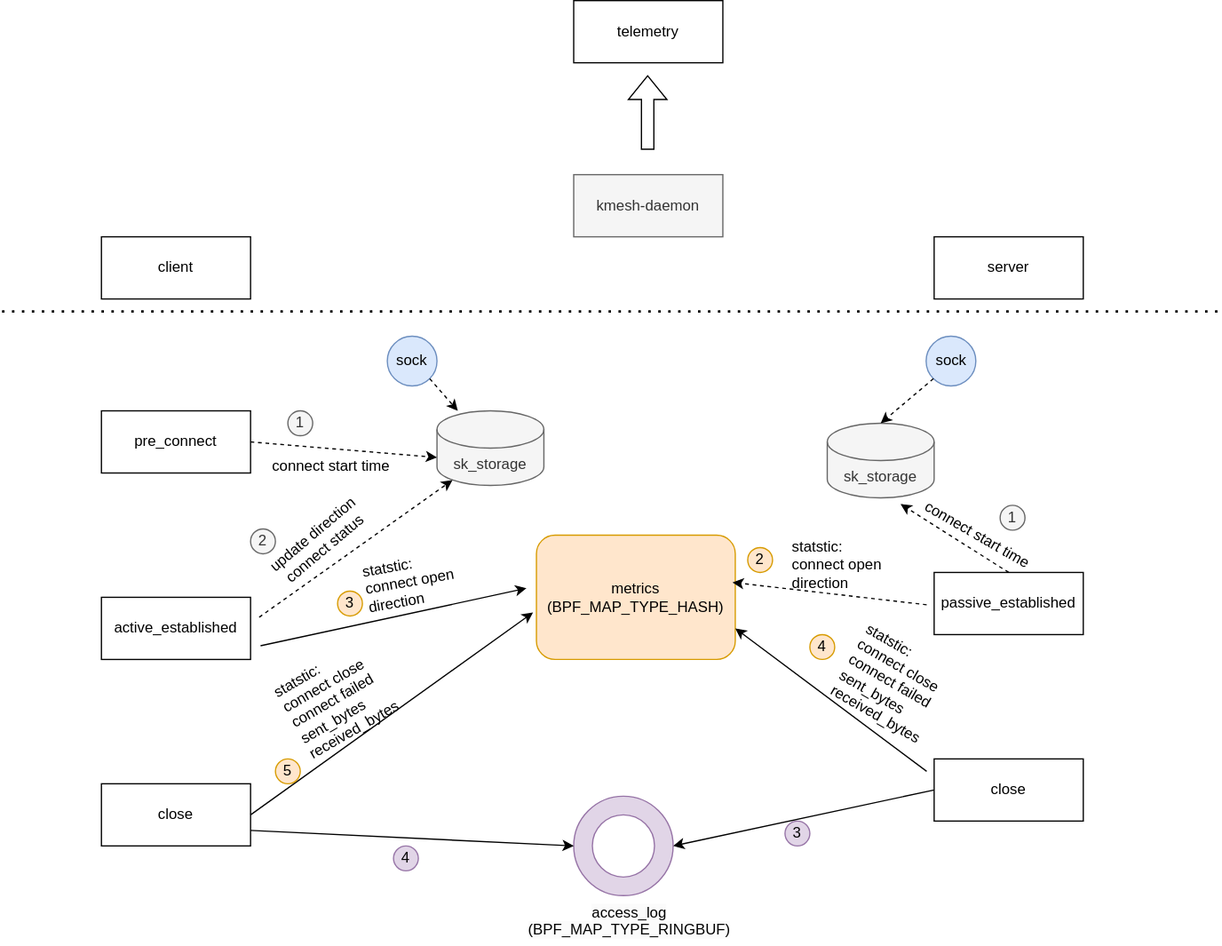
Before: docs/proposal/pics/probe.svg, a diagram exported from draw.io (kmesh-net/kmesh). Source tidied: cells renumbered, new cells last; positions are measured from the earlier drawing's top-left corner, leaving out a move shared by most shapes.
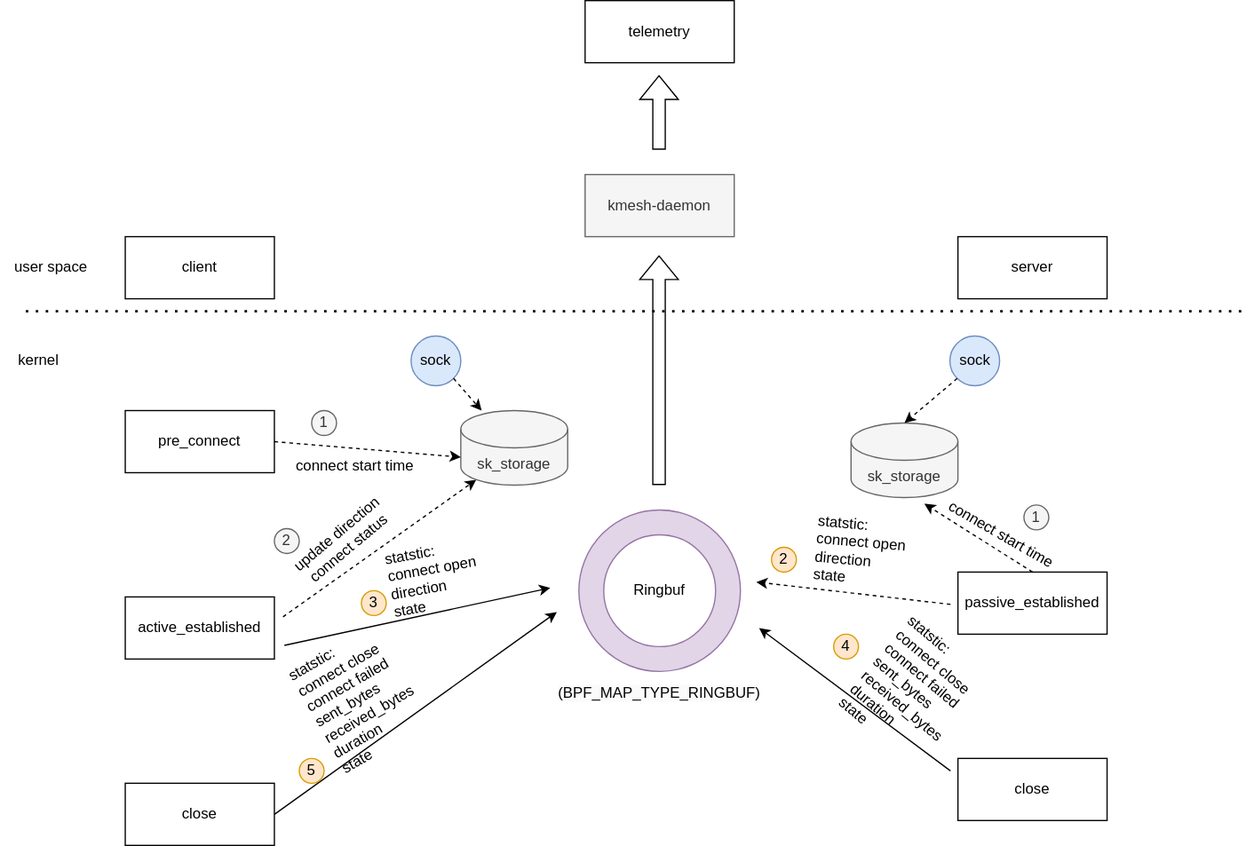
After the change.

Commit message:
fix ebpf observalility doc

Diff of the diagram source:
```diff
@@ -12,15 +12,15 @@
       <mxGeometry x="80" y="330" width="120" height="50" as="geometry" />
     </mxCell>
     <mxCell id="5" value="kmesh-daemon" style="rounded=0;whiteSpace=wrap;html=1;fillColor=#f5f5f5;strokeColor=#666666;fontColor=#333333;" parent="1" vertex="1">
-      <mxGeometry x="460" y="140" width="120" height="50" as="geometry" />
+      <mxGeometry x="450" y="140" width="120" height="50" as="geometry" />
     </mxCell>
     <mxCell id="6" value="telemetry" style="rounded=0;whiteSpace=wrap;html=1;" parent="1" vertex="1">
-      <mxGeometry x="460" width="120" height="50" as="geometry" />
+      <mxGeometry x="450" width="120" height="50" as="geometry" />
     </mxCell>
     <mxCell id="7" style="shape=flexArrow;endArrow=classic;html=1;rounded=0;" parent="1" edge="1">
       <mxGeometry relative="1" as="geometry">
-        <mxPoint x="519.5" y="120" as="sourcePoint" />
-        <mxPoint x="519.5" y="60" as="targetPoint" />
+        <mxPoint x="509.5" y="120" as="sourcePoint" />
+        <mxPoint x="509.5" y="60" as="targetPoint" />
       </mxGeometry>
     </mxCell>
     <mxCell id="8" style="endArrow=none;dashed=1;html=1;dashPattern=1 3;strokeWidth=2;rounded=0;" parent="1" edge="1">
@@ -68,9 +68,6 @@
     <mxCell id="21" style="endArrow=classic;html=1;rounded=0;entryX=0.5;entryY=0;entryDx=0;entryDy=0;entryPerimeter=0;exitX=0;exitY=1;exitDx=0;exitDy=0;dashed=1;" parent="1" edge="1" source="19" target="20">
       <mxGeometry relative="1" as="geometry" />
     </mxCell>
-    <mxCell id="22" value="metrics&lt;div&gt;(BPF_MAP_TYPE_HASH)&lt;/div&gt;" style="rounded=1;whiteSpace=wrap;html=1;fillColor=#ffe6cc;strokeColor=#d79b00;" parent="1" vertex="1">
-      <mxGeometry x="430" y="430" width="160" height="100" as="geometry" />
-    </mxCell>
     <mxCell id="23" style="endArrow=classic;html=1;rounded=0;entryX=0;entryY=0;entryDx=0;entryDy=37.5;entryPerimeter=0;exitX=1;exitY=0.5;exitDx=0;exitDy=0;dashed=1;" parent="1" edge="1" source="4" target="17">
       <mxGeometry relative="1" as="geometry" />
     </mxCell>
@@ -83,22 +80,23 @@
     <mxCell id="26" value="update direction&lt;div&gt;connect status&lt;/div&gt;" style="text;html=1;align=center;verticalAlign=middle;whiteSpace=wrap;rounded=0;rotation=-40;" parent="1" vertex="1">
       <mxGeometry x="200" y="420" width="110" height="30" as="geometry" />
     </mxCell>
-    <mxCell id="27" style="endArrow=classic;html=1;rounded=0;entryX=-0.05;entryY=0.427;entryDx=0;entryDy=0;entryPerimeter=0;exitX=1.067;exitY=0.78;exitDx=0;exitDy=0;exitPerimeter=0;" parent="1" edge="1" source="9" target="22">
-      <mxGeometry relative="1" as="geometry" />
+    <mxCell id="27" style="endArrow=classic;html=1;rounded=0;entryX=-0.05;entryY=0.427;entryDx=0;entryDy=0;entryPerimeter=0;exitX=1.067;exitY=0.78;exitDx=0;exitDy=0;exitPerimeter=0;" parent="1" edge="1" source="9">
+      <mxGeometry relative="1" as="geometry">
+        <mxPoint x="422" y="472.7" as="targetPoint" />
+      </mxGeometry>
     </mxCell>
-    <mxCell id="28" value="statstic:&lt;div&gt;connect open&lt;/div&gt;&lt;div&gt;direction&lt;/div&gt;" style="text;html=1;align=left;verticalAlign=middle;whiteSpace=wrap;rounded=0;rotation=-10;" parent="1" vertex="1">
-      <mxGeometry x="290" y="450" width="110" height="30" as="geometry" />
+    <mxCell id="28" value="statstic:&lt;div&gt;connect open&lt;/div&gt;&lt;div&gt;direction&lt;/div&gt;&lt;div&gt;state&lt;/div&gt;" style="text;html=1;align=left;verticalAlign=middle;whiteSpace=wrap;rounded=0;rotation=-10;" parent="1" vertex="1">
+      <mxGeometry x="290" y="447" width="110" height="30" as="geometry" />
     </mxCell>
-    <mxCell id="29" value="4" style="ellipse;whiteSpace=wrap;html=1;fillColor=#e1d5e7;strokeColor=#9673a6;" parent="1" vertex="1">
-      <mxGeometry x="315" y="680" width="20" height="20" as="geometry" />
-    </mxCell>
-    <mxCell id="30" style="endArrow=classic;html=1;rounded=0;entryX=-0.017;entryY=0.622;entryDx=0;entryDy=0;entryPerimeter=0;exitX=1;exitY=0.5;exitDx=0;exitDy=0;" parent="1" edge="1" source="12" target="22">
-      <mxGeometry relative="1" as="geometry" />
+    <mxCell id="30" style="endArrow=classic;html=1;rounded=0;entryX=-0.017;entryY=0.622;entryDx=0;entryDy=0;entryPerimeter=0;exitX=1;exitY=0.5;exitDx=0;exitDy=0;" parent="1" edge="1" source="12">
+      <mxGeometry relative="1" as="geometry">
+        <mxPoint x="427.3" y="492.2" as="targetPoint" />
+      </mxGeometry>
     </mxCell>
     <mxCell id="31" value="5" style="ellipse;whiteSpace=wrap;html=1;fillColor=#ffe6cc;strokeColor=#d79b00;" parent="1" vertex="1">
       <mxGeometry x="220" y="610" width="20" height="20" as="geometry" />
     </mxCell>
-    <mxCell id="32" value="statstic:&lt;div&gt;connect close&lt;/div&gt;&lt;div&gt;connect failed&lt;/div&gt;&lt;div&gt;sent_bytes&lt;/div&gt;&lt;div&gt;received_bytes&lt;/div&gt;" style="text;html=1;align=left;verticalAlign=middle;whiteSpace=wrap;rounded=0;rotation=-30;" parent="1" vertex="1">
+    <mxCell id="32" value="statstic:&lt;div&gt;connect close&lt;/div&gt;&lt;div&gt;connect failed&lt;/div&gt;&lt;div&gt;sent_bytes&lt;/div&gt;&lt;div&gt;received_bytes&lt;/div&gt;&lt;div&gt;duration&lt;/div&gt;&lt;div&gt;state&lt;/div&gt;" style="text;html=1;align=left;verticalAlign=middle;whiteSpace=wrap;rounded=0;rotation=-30;" parent="1" vertex="1">
       <mxGeometry x="225" y="540" width="110" height="30" as="geometry" />
     </mxCell>
     <mxCell id="33" style="endArrow=classic;html=1;rounded=0;entryX=0.686;entryY=1.083;entryDx=0;entryDy=0;entryPerimeter=0;exitX=0.5;exitY=0;exitDx=0;exitDy=0;dashed=1;" parent="1" edge="1" source="10" target="20">
@@ -110,43 +108,49 @@
     <mxCell id="35" value="1" style="ellipse;whiteSpace=wrap;html=1;fillColor=#f5f5f5;fontColor=#333333;strokeColor=#666666;" parent="1" vertex="1">
       <mxGeometry x="803.1" y="406" width="20" height="20" as="geometry" />
     </mxCell>
-    <mxCell id="36" style="endArrow=classic;html=1;rounded=0;entryX=0.986;entryY=0.38;entryDx=0;entryDy=0;entryPerimeter=0;exitX=-0.05;exitY=0.52;exitDx=0;exitDy=0;exitPerimeter=0;dashed=1;" parent="1" edge="1" source="10" target="22">
-      <mxGeometry relative="1" as="geometry" />
+    <mxCell id="36" style="endArrow=classic;html=1;rounded=0;entryX=0.986;entryY=0.38;entryDx=0;entryDy=0;entryPerimeter=0;exitX=-0.05;exitY=0.52;exitDx=0;exitDy=0;exitPerimeter=0;dashed=1;" parent="1" edge="1" source="10">
+      <mxGeometry relative="1" as="geometry">
+        <mxPoint x="587.8" y="468" as="targetPoint" />
+      </mxGeometry>
     </mxCell>
-    <mxCell id="37" value="statstic:&lt;div&gt;connect open&lt;/div&gt;&lt;div&gt;direction&lt;/div&gt;" style="text;html=1;align=left;verticalAlign=middle;whiteSpace=wrap;rounded=0;rotation=0;" parent="1" vertex="1">
-      <mxGeometry x="633.5" y="439" width="110" height="30" as="geometry" />
+    <mxCell id="37" value="statstic:&lt;div&gt;connect open&lt;/div&gt;&lt;div&gt;direction&lt;/div&gt;&lt;div&gt;state&lt;/div&gt;" style="text;html=1;align=left;verticalAlign=middle;whiteSpace=wrap;rounded=0;rotation=5;" parent="1" vertex="1">
+      <mxGeometry x="633.5" y="430" width="110" height="30" as="geometry" />
     </mxCell>
     <mxCell id="38" value="2" style="ellipse;whiteSpace=wrap;html=1;fillColor=#ffe6cc;strokeColor=#d79b00;" parent="1" vertex="1">
       <mxGeometry x="600" y="440" width="20" height="20" as="geometry" />
     </mxCell>
-    <mxCell id="39" value="3" style="ellipse;whiteSpace=wrap;html=1;fillColor=#e1d5e7;strokeColor=#9673a6;" parent="1" vertex="1">
-      <mxGeometry x="630" y="660" width="20" height="20" as="geometry" />
-    </mxCell>
     <mxCell id="40" style="ellipse;whiteSpace=wrap;html=1;fillColor=#e1d5e7;strokeColor=#9673a6;" parent="1" vertex="1">
-      <mxGeometry x="460" y="640" width="80" height="80" as="geometry" />
+      <mxGeometry x="445" y="410" width="130" height="130" as="geometry" />
     </mxCell>
-    <mxCell id="41" style="ellipse;whiteSpace=wrap;html=1;fillColor=default;strokeColor=#9673a6;" parent="1" vertex="1">
-      <mxGeometry x="475" y="655" width="50" height="50" as="geometry" />
+    <mxCell id="41" value="Ringbuf" style="ellipse;whiteSpace=wrap;html=1;fillColor=default;strokeColor=#9673a6;" parent="1" vertex="1">
+      <mxGeometry x="465" y="430" width="90" height="90" as="geometry" />
     </mxCell>
-    <mxCell id="42" value="&lt;span style=&quot;color: rgb(0, 0, 0); font-family: Helvetica; font-size: 12px; font-style: normal; font-variant-ligatures: normal; font-variant-caps: normal; font-weight: 400; letter-spacing: normal; orphans: 2; text-indent: 0px; text-transform: none; widows: 2; word-spacing: 0px; -webkit-text-stroke-width: 0px; white-space: normal; background-color: rgb(251, 251, 251); text-decoration-thickness: initial; text-decoration-style: initial; text-decoration-color: initial; float: none; display: inline !important;&quot;&gt;access_log&lt;/span&gt;&lt;div&gt;&lt;span style=&quot;color: rgb(0, 0, 0); font-family: Helvetica; font-size: 12px; font-style: normal; font-variant-ligatures: normal; font-variant-caps: normal; font-weight: 400; letter-spacing: normal; orphans: 2; text-indent: 0px; text-transform: none; widows: 2; word-spacing: 0px; -webkit-text-stroke-width: 0px; white-space: normal; background-color: rgb(251, 251, 251); text-decoration-thickness: initial; text-decoration-style: initial; text-decoration-color: initial; float: none; display: inline !important;&quot;&gt;(BPF_MAP_TYPE_RINGBUF)&lt;/span&gt;&lt;/div&gt;" style="text;whiteSpace=wrap;html=1;align=center;" parent="1" vertex="1">
-      <mxGeometry x="460" y="720" width="90" height="40" as="geometry" />
+    <mxCell id="42" value="&lt;br&gt;&lt;div&gt;&lt;span style=&quot;color: rgb(0, 0, 0); font-family: Helvetica; font-size: 12px; font-style: normal; font-variant-ligatures: normal; font-variant-caps: normal; font-weight: 400; letter-spacing: normal; orphans: 2; text-indent: 0px; text-transform: none; widows: 2; word-spacing: 0px; -webkit-text-stroke-width: 0px; white-space: normal; background-color: rgb(251, 251, 251); text-decoration-thickness: initial; text-decoration-style: initial; text-decoration-color: initial; float: none; display: inline !important;&quot;&gt;(BPF_MAP_TYPE_RINGBUF)&lt;/span&gt;&lt;/div&gt;" style="text;whiteSpace=wrap;html=1;align=center;" parent="1" vertex="1">
+      <mxGeometry x="465" y="530" width="90" height="40" as="geometry" />
     </mxCell>
-    <mxCell id="43" style="endArrow=classic;html=1;rounded=0;entryX=0;entryY=0.5;entryDx=0;entryDy=0;exitX=1;exitY=0.75;exitDx=0;exitDy=0;" parent="1" edge="1" source="12" target="40">
-      <mxGeometry relative="1" as="geometry" />
-    </mxCell>
-    <mxCell id="44" style="endArrow=classic;html=1;rounded=0;exitX=0;exitY=0.5;exitDx=0;exitDy=0;entryX=1;entryY=0.5;entryDx=0;entryDy=0;" parent="1" edge="1" source="11" target="40">
-      <mxGeometry relative="1" as="geometry" />
-    </mxCell>
-    <mxCell id="45" style="endArrow=classic;html=1;rounded=0;entryX=1;entryY=0.75;entryDx=0;entryDy=0;" parent="1" edge="1" target="22">
+    <mxCell id="45" style="endArrow=classic;html=1;rounded=0;entryX=1;entryY=0.75;entryDx=0;entryDy=0;" parent="1" edge="1">
       <mxGeometry relative="1" as="geometry">
         <mxPoint x="744" y="620" as="sourcePoint" />
+        <mxPoint x="590" y="505" as="targetPoint" />
       </mxGeometry>
     </mxCell>
-    <mxCell id="46" value="statstic:&lt;div&gt;connect close&lt;/div&gt;&lt;div&gt;connect failed&lt;/div&gt;&lt;div&gt;sent_bytes&lt;/div&gt;&lt;div&gt;received_bytes&lt;/div&gt;" style="text;html=1;align=left;verticalAlign=middle;whiteSpace=wrap;rounded=0;rotation=30;" parent="1" vertex="1">
-      <mxGeometry x="673.5" y="540" width="110" height="30" as="geometry" />
+    <mxCell id="46" value="statstic:&lt;div&gt;connect close&lt;/div&gt;&lt;div&gt;connect failed&lt;/div&gt;&lt;div&gt;sent_bytes&lt;/div&gt;&lt;div&gt;received_bytes&lt;/div&gt;&lt;div&gt;duration&lt;/div&gt;&lt;div&gt;state&lt;/div&gt;" style="text;html=1;align=left;verticalAlign=middle;whiteSpace=wrap;rounded=0;rotation=40;" parent="1" vertex="1">
+      <mxGeometry x="670" y="550" width="110" height="30" as="geometry" />
     </mxCell>
     <mxCell id="47" value="4" style="ellipse;whiteSpace=wrap;html=1;fillColor=#ffe6cc;strokeColor=#d79b00;" parent="1" vertex="1">
       <mxGeometry x="650" y="510" width="20" height="20" as="geometry" />
     </mxCell>
+    <mxCell id="48" value="user space" style="text;html=1;align=center;verticalAlign=middle;strokeColor=none;fillColor=none;" parent="1" vertex="1">
+      <mxGeometry x="-20" y="200" width="80" height="30" as="geometry" />
+    </mxCell>
+    <mxCell id="49" value="kernel" style="text;html=1;align=center;verticalAlign=middle;strokeColor=none;fillColor=none;" parent="1" vertex="1">
+      <mxGeometry x="-20" y="275" width="60" height="30" as="geometry" />
+    </mxCell>
+    <mxCell id="50" style="shape=flexArrow;endArrow=classic;html=1;rounded=0;" parent="1" edge="1">
+      <mxGeometry relative="1" as="geometry">
+        <mxPoint x="509.5" y="390" as="sourcePoint" />
+        <mxPoint x="509.5" y="205" as="targetPoint" />
+      </mxGeometry>
+    </mxCell>
   </root>
 </mxGraphModel>
```
